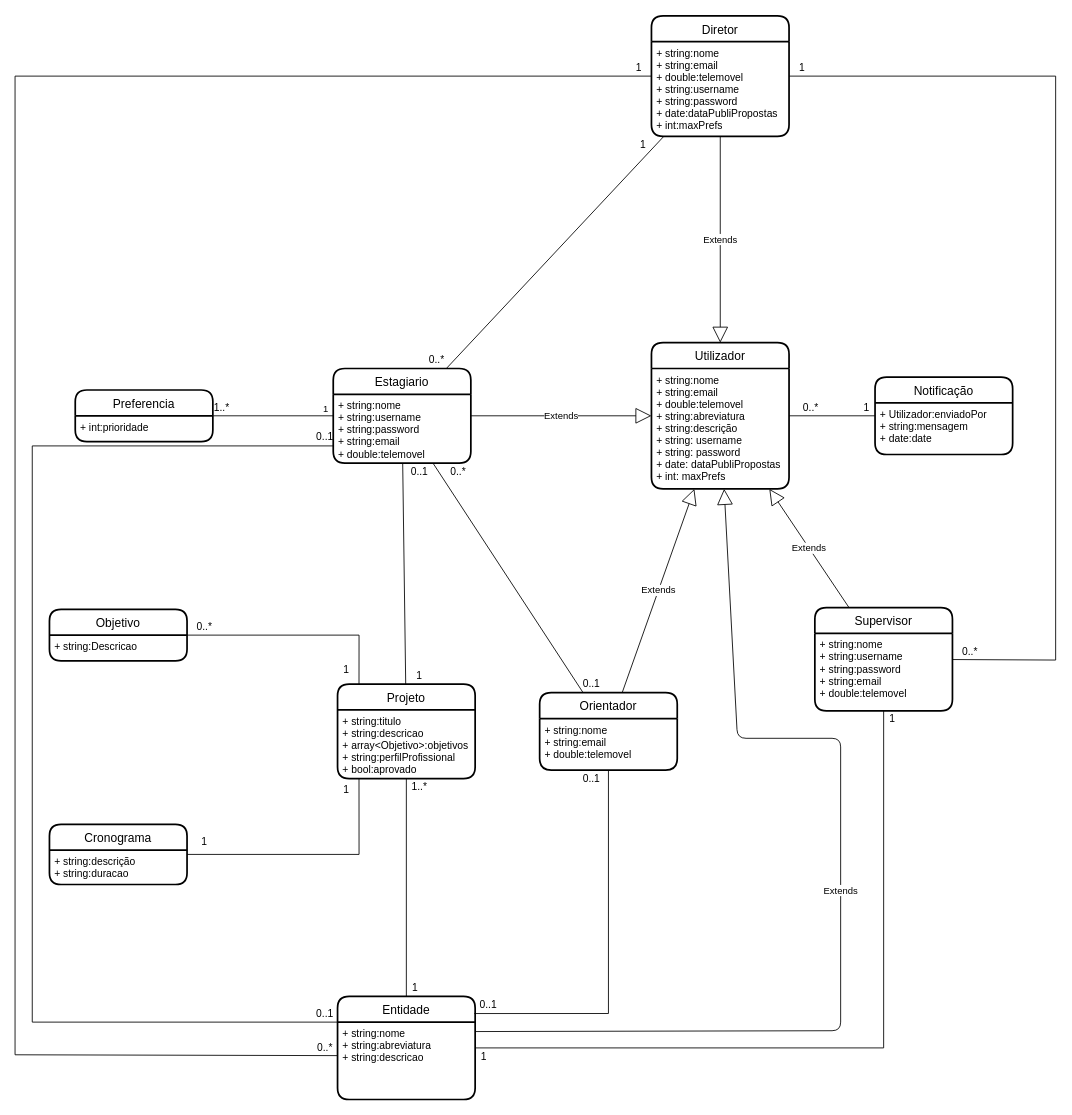
ruimpcastro/phpmockup keeps this draw.io diagram as diag_dominio.drawio. Above is the earlier version. Source tidied: cells renumbered, new cells numbered last; positions are measured from the earlier drawing's top-left corner, leaving out a move shared by most shapes. Both pictures are drawn from the tidied source at 86%, with x=0, y=0 at pixel (15, 15).
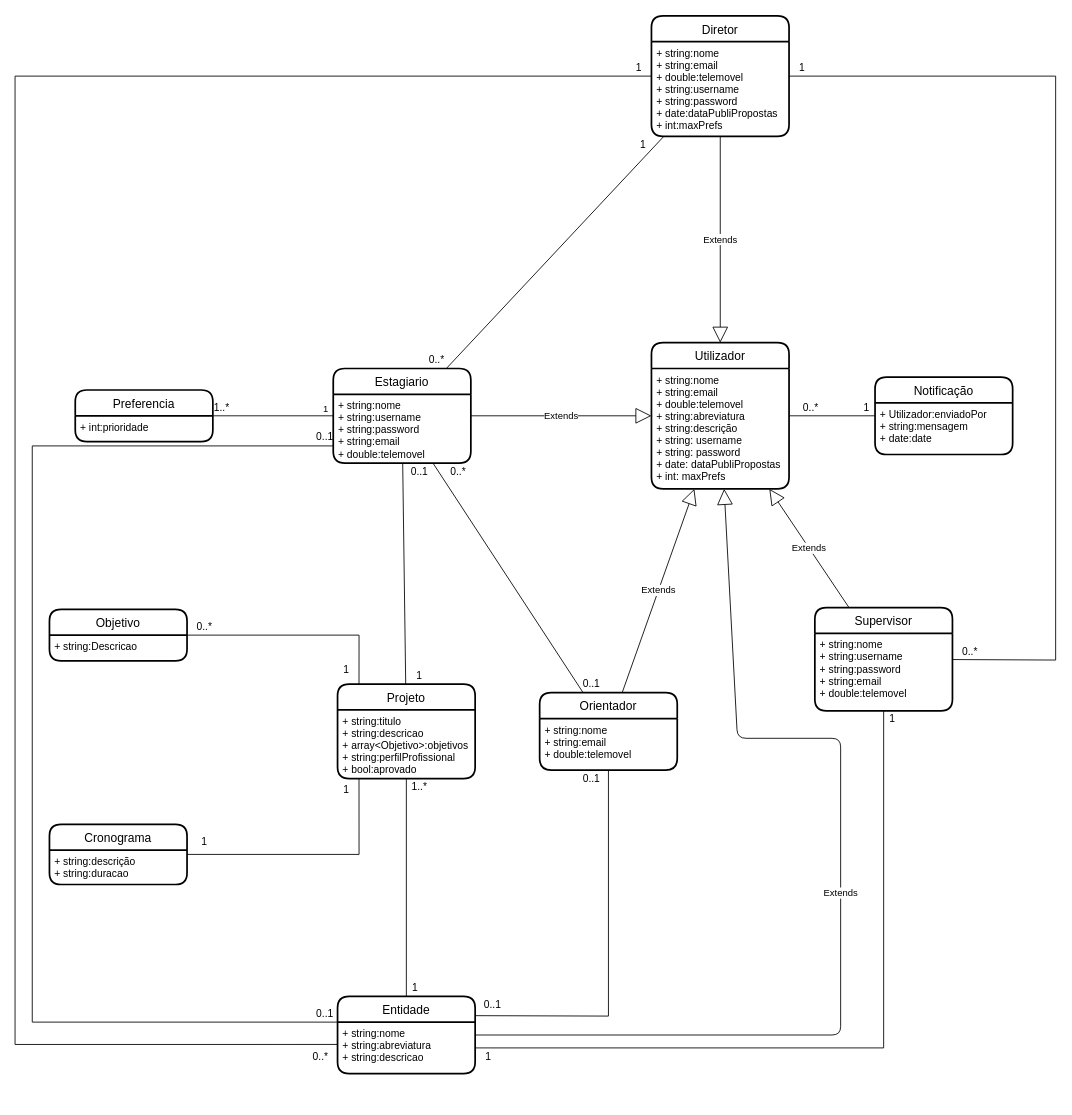
Above is the later version.

Commit message (it also covers changes not shown here):
Ajustes finais nos diagramas

The change refers to these unchanged cells:
```xml
<mxCell id="7" value="Diretor" style="swimlane;horizontal=1;startSize=30;rounded=1;fontSize=14;fontStyle=0;strokeWidth=2;shadow=0;dashed=0;align=center;" parent="1" vertex="1">
  <mxGeometry x="740" width="160" height="140" as="geometry" />
</mxCell>
<mxCell id="21" value="Supervisor" style="swimlane;horizontal=1;startSize=30;rounded=1;fontSize=14;fontStyle=0;strokeWidth=2;shadow=0;dashed=0;align=center;" parent="1" vertex="1">
  <mxGeometry x="930" y="688" width="160" height="120" as="geometry" />
</mxCell>
<mxCell id="25" value="Utilizador" style="swimlane;horizontal=1;startSize=30;rounded=1;fontSize=14;fontStyle=0;strokeWidth=2;shadow=0;dashed=0;align=center;" parent="1" vertex="1">
  <mxGeometry x="740" y="380" width="160" height="170" as="geometry" />
</mxCell>
<mxCell id="27" value="Orientador" style="swimlane;horizontal=1;startSize=30;rounded=1;fontSize=14;fontStyle=0;strokeWidth=2;shadow=0;dashed=0;align=center;" parent="1" vertex="1">
  <mxGeometry x="610" y="787" width="160" height="90" as="geometry" />
</mxCell>
```

Change to the diagram source:
```diff
@@
-    <mxCell id="5" value="Extends" style="endArrow=block;endSize=16;endFill=0;html=1;exitX=1.006;exitY=0.122;exitDx=0;exitDy=0;exitPerimeter=0;" parent="1" edge="1" source="20" target="25">
+    <mxCell id="5" value="Extends" style="endArrow=block;endSize=16;endFill=0;html=1;exitX=1;exitY=0.25;exitDx=0;exitDy=0;" parent="1" edge="1" source="20" target="25">
       <mxGeometry relative="1" as="geometry">
         <Array as="points">
-          <mxPoint x="960" y="1180" />
+          <mxPoint x="960" y="1185" />
           <mxPoint x="960" y="840" />
           <mxPoint x="840" y="840" />
         </Array>
       </mxGeometry>
     </mxCell>
@@
     <mxCell id="19" value="Entidade" style="swimlane;horizontal=1;startSize=30;rounded=1;fontSize=14;fontStyle=0;strokeWidth=2;shadow=0;dashed=0;align=center;" parent="1" vertex="1">
-      <mxGeometry x="375" y="1140" width="160" height="120" as="geometry" />
+      <mxGeometry x="375" y="1140" width="160" height="90" as="geometry" />
     </mxCell>
     <mxCell id="20" value="+ string:nome&#10;+ string:abreviatura&#10;+ string:descricao" style="align=left;strokeColor=none;fillColor=none;spacingLeft=4;fontSize=12;verticalAlign=top;" parent="19" vertex="1">
-      <mxGeometry y="30" width="160" height="90" as="geometry" />
+      <mxGeometry y="30" width="160" height="60" as="geometry" />
     </mxCell>
@@
     <mxCell id="50" value="0..*" style="text;html=1;align=center;verticalAlign=middle;" parent="1" vertex="1">
-      <mxGeometry x="345" y="1190" width="30" height="20" as="geometry" />
+      <mxGeometry x="340" y="1200" width="30" height="20" as="geometry" />
     </mxCell>
     <mxCell id="51" style="endArrow=none;html=1;rounded=0;exitX=0;exitY=0.433;exitDx=0;exitDy=0;exitPerimeter=0;" parent="1" edge="1" source="20" target="7">
       <mxGeometry relative="1" as="geometry">
         <Array as="points">
-          <mxPoint y="1208" />
+          <mxPoint y="1196" />
           <mxPoint y="70" />
         </Array>
       </mxGeometry>
     </mxCell>
@@
     <mxCell id="63" value="0..1" style="text;html=1;align=center;verticalAlign=middle;" parent="1" vertex="1">
-      <mxGeometry x="530" y="1140" width="40" height="20" as="geometry" />
+      <mxGeometry x="535" y="1140" width="40" height="20" as="geometry" />
     </mxCell>
-    <mxCell id="64" style="endArrow=none;html=1;rounded=0;entryX=0.994;entryY=0.167;entryDx=0;entryDy=0;entryPerimeter=0;" parent="1" edge="1" source="27" target="19">
+    <mxCell id="64" style="endArrow=none;html=1;rounded=0;entryX=1;entryY=0.25;entryDx=0;entryDy=0;" parent="1" edge="1" source="27" target="19">
       <mxGeometry relative="1" as="geometry">
         <Array as="points">
-          <mxPoint x="690" y="1160" />
+          <mxPoint x="690" y="1163" />
         </Array>
       </mxGeometry>
     </mxCell>
     <mxCell id="65" value="1" style="text;html=1;align=center;verticalAlign=middle;" parent="1" vertex="1">
-      <mxGeometry x="535" y="1200" width="20" height="20" as="geometry" />
+      <mxGeometry x="540" y="1200" width="20" height="20" as="geometry" />
     </mxCell>
@@
-    <mxCell id="67" style="endArrow=none;html=1;rounded=0;" parent="1" edge="1" source="21" target="19">
+    <mxCell id="67" style="endArrow=none;html=1;rounded=0;entryX=1;entryY=0.5;entryDx=0;entryDy=0;" parent="1" edge="1" source="21" target="20">
       <mxGeometry relative="1" as="geometry">
         <Array as="points">
           <mxPoint x="1010" y="1200" />
         </Array>
       </mxGeometry>
     </mxCell>
```
